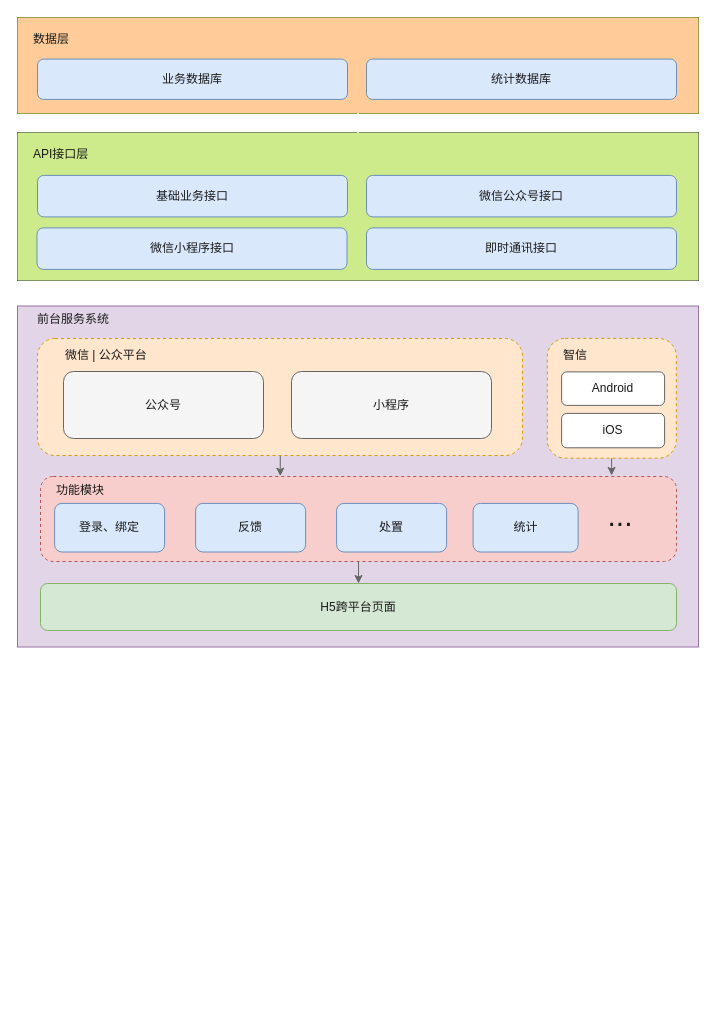
The draw.io diagram page "arch" (3 of 7) of 智信宣传.drawio in withparadox2/DrawIO, before the edit. Source tidied: cells renumbered, new cells numbered last; positions are measured from the earlier drawing's top-left corner, leaving out a move shared by most shapes. Both pictures are drawn from the tidied source at 100%, with x=0, y=0 at pixel (17, 17).
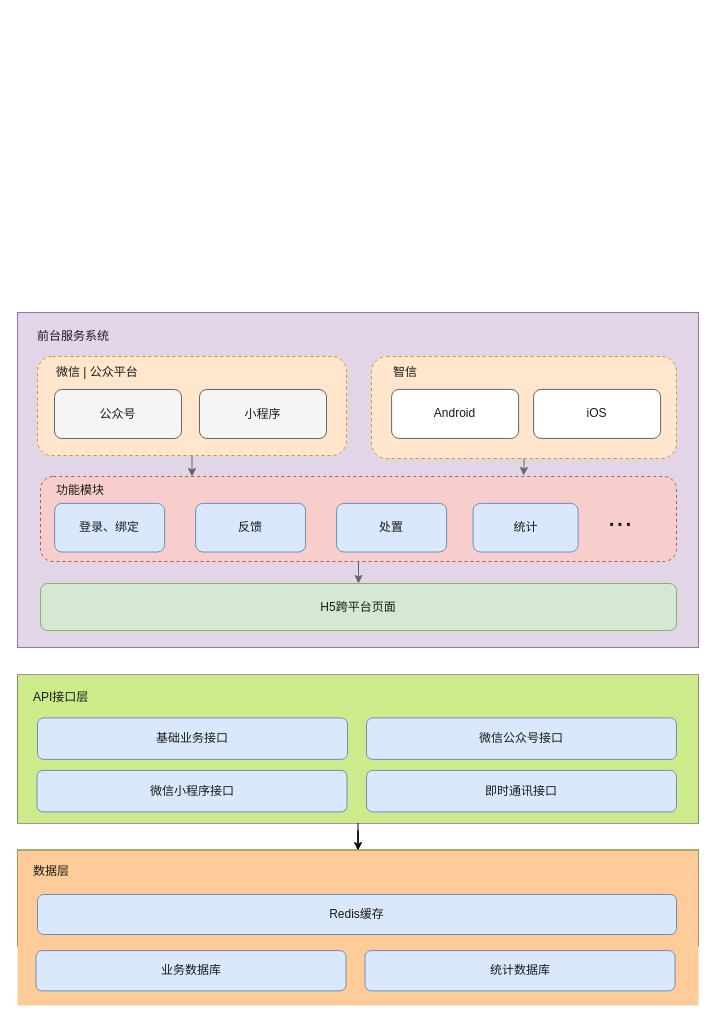
The same diagram, later.

Unchanged cells that the change refers to:
```xml
<mxCell id="25" style="rounded=1;whiteSpace=wrap;html=1;strokeColor=#b85450;fillColor=#f8cecc;dashed=1;" parent="1" vertex="1">
  <mxGeometry x="23" y="459" width="636" height="85" as="geometry" />
</mxCell>
```

The edit, as a diff of the source:
```diff
@@
     <mxCell id="2" style="group;fillColor=#ffcccc;strokeColor=#36393d;" parent="1" vertex="1">
-      <mxGeometry y="115" width="681" height="148" as="geometry" />
+      <mxGeometry y="657.5" width="681" height="148" as="geometry" />
     </mxCell>
-    <mxCell id="3" style="group;fillColor=#60a917;strokeColor=#2D7600;fontColor=#ffffff;" parent="1" vertex="1">
-      <mxGeometry width="681" height="96" as="geometry" />
-    </mxCell>
-    <mxCell id="4" style="edgeStyle=orthogonalEdgeStyle;rounded=0;jettySize=auto;html=1;strokeColor=#FFFFFF;fontColor=#1A1A1A;" parent="1" edge="1" source="9" target="5">
-      <mxGeometry relative="1" as="geometry" />
-    </mxCell>
-    <mxCell id="5" style="rounded=0;whiteSpace=wrap;html=1;strokeColor=none;fillColor=#ffcc99;align=center;" parent="1" vertex="1">
-      <mxGeometry width="681" height="96" as="geometry" />
-    </mxCell>
-    <mxCell id="6" value="&lt;div style=&quot;text-align: center&quot;&gt;&lt;span&gt;数据层&lt;/span&gt;&lt;/div&gt;" style="text;html=1;strokeColor=none;fillColor=none;align=left;verticalAlign=middle;whiteSpace=wrap;rounded=0;fontColor=#1A1A1A;" parent="1" vertex="1">
-      <mxGeometry x="14" y="14.8" width="101" height="13.4" as="geometry" />
-    </mxCell>
-    <mxCell id="7" value="&lt;font color=&quot;#1a1a1a&quot;&gt;业务数据库&lt;/font&gt;" style="rounded=1;whiteSpace=wrap;html=1;strokeColor=#6c8ebf;fillColor=#dae8fc;align=center;" parent="1" vertex="1">
-      <mxGeometry x="20" y="41.6" width="310" height="40.3" as="geometry" />
-    </mxCell>
-    <mxCell id="8" value="统计数据库" style="rounded=1;whiteSpace=wrap;html=1;strokeColor=#6c8ebf;fillColor=#dae8fc;align=center;fontColor=#1A1A1A;" parent="1" vertex="1">
-      <mxGeometry x="349" y="41.6" width="310" height="40.3" as="geometry" />
-    </mxCell>
+    <mxCell id="37" style="edgeStyle=orthogonalEdgeStyle;rounded=0;jettySize=auto;html=1;" parent="1" edge="1" source="9" target="39">
+      <mxGeometry relative="1" as="geometry" />
+    </mxCell>
     <mxCell id="9" style="rounded=0;whiteSpace=wrap;html=1;strokeColor=none;fillColor=#cdeb8b;align=center;" parent="1" vertex="1">
-      <mxGeometry y="115" width="681" height="148" as="geometry" />
+      <mxGeometry y="657.5" width="681" height="148" as="geometry" />
     </mxCell>
     <mxCell id="10" value="&lt;div style=&quot;text-align: center&quot;&gt;&lt;span&gt;API接口层&lt;/span&gt;&lt;/div&gt;" style="text;html=1;strokeColor=none;fillColor=none;align=left;verticalAlign=middle;whiteSpace=wrap;rounded=0;fontColor=#1A1A1A;" parent="1" vertex="1">
-      <mxGeometry x="14" y="130.2" width="101" height="13.8" as="geometry" />
+      <mxGeometry x="14" y="672.7" width="101" height="13.8" as="geometry" />
     </mxCell>
     <mxCell id="11" value="&lt;font color=&quot;#1a1a1a&quot;&gt;基础业务接口&lt;/font&gt;" style="rounded=1;whiteSpace=wrap;html=1;strokeColor=#6c8ebf;fillColor=#dae8fc;align=center;" parent="1" vertex="1">
-      <mxGeometry x="20" y="157.9" width="310" height="41.5" as="geometry" />
+      <mxGeometry x="20" y="700.4" width="310" height="41.5" as="geometry" />
     </mxCell>
     <mxCell id="12" value="微信公众号接口" style="rounded=1;whiteSpace=wrap;html=1;strokeColor=#6c8ebf;fillColor=#dae8fc;align=center;fontColor=#1A1A1A;" parent="1" vertex="1">
-      <mxGeometry x="349" y="157.9" width="310" height="41.5" as="geometry" />
+      <mxGeometry x="349" y="700.4" width="310" height="41.5" as="geometry" />
     </mxCell>
     <mxCell id="13" value="&lt;font color=&quot;#1a1a1a&quot;&gt;微信小程序接口&lt;/font&gt;" style="rounded=1;whiteSpace=wrap;html=1;strokeColor=#6c8ebf;fillColor=#dae8fc;align=center;" parent="1" vertex="1">
-      <mxGeometry x="19.5" y="210.4" width="310" height="41.5" as="geometry" />
+      <mxGeometry x="19.5" y="752.9" width="310" height="41.5" as="geometry" />
     </mxCell>
     <mxCell id="14" value="&lt;font color=&quot;#1a1a1a&quot;&gt;即时通讯接口&lt;/font&gt;" style="rounded=1;whiteSpace=wrap;html=1;strokeColor=#6c8ebf;fillColor=#dae8fc;align=center;" parent="1" vertex="1">
-      <mxGeometry x="349" y="210.4" width="310" height="41.5" as="geometry" />
+      <mxGeometry x="349" y="752.9" width="310" height="41.5" as="geometry" />
     </mxCell>
@@
     <mxCell id="16" style="rounded=0;whiteSpace=wrap;html=1;strokeColor=#9673a6;fillColor=#e1d5e7;" parent="1" vertex="1">
-      <mxGeometry y="288.5" width="681" height="341" as="geometry" />
+      <mxGeometry y="295" width="681" height="335" as="geometry" />
     </mxCell>
-    <mxCell id="17" style="edgeStyle=orthogonalEdgeStyle;rounded=0;jettySize=auto;html=1;entryX=0.377;entryY=-0.004;entryDx=0;entryDy=0;entryPerimeter=0;strokeColor=#666666;" parent="1" edge="1" source="18" target="25">
-      <mxGeometry relative="1" as="geometry">
-        <Array as="points">
-          <mxPoint x="263" y="459" />
-          <mxPoint x="263" y="459" />
-        </Array>
-      </mxGeometry>
-    </mxCell>
-    <mxCell id="18" style="rounded=1;whiteSpace=wrap;html=1;strokeColor=#d79b00;fillColor=#ffe6cc;dashed=1;" parent="1" vertex="1">
-      <mxGeometry x="20" y="321" width="485" height="117" as="geometry" />
-    </mxCell>
-    <mxCell id="19" value="微信 | 公众平台" style="text;html=1;strokeColor=none;fillColor=none;align=left;verticalAlign=middle;whiteSpace=wrap;rounded=0;fontColor=#1A1A1A;" parent="1" vertex="1">
-      <mxGeometry x="46.2" y="329.2" width="131.7" height="16.8" as="geometry" />
-    </mxCell>
-    <mxCell id="20" value="&lt;font color=&quot;#1a1a1a&quot;&gt;公众号&lt;/font&gt;" style="rounded=1;whiteSpace=wrap;html=1;strokeColor=#666666;fillColor=#f5f5f5;fontColor=#333333;" parent="1" vertex="1">
-      <mxGeometry x="46" y="354" width="200" height="67" as="geometry" />
-    </mxCell>
-    <mxCell id="21" value="&lt;font color=&quot;#1a1a1a&quot;&gt;小程序&lt;/font&gt;" style="rounded=1;whiteSpace=wrap;html=1;strokeColor=#666666;fillColor=#f5f5f5;fontColor=#333333;" parent="1" vertex="1">
-      <mxGeometry x="274" y="354" width="200" height="67" as="geometry" />
-    </mxCell>
-    <mxCell id="22" style="edgeStyle=orthogonalEdgeStyle;rounded=0;jettySize=auto;html=1;entryX=0.898;entryY=-0.012;entryDx=0;entryDy=0;entryPerimeter=0;strokeColor=#666666;" parent="1" edge="1" source="23" target="25">
-      <mxGeometry relative="1" as="geometry">
-        <Array as="points">
-          <mxPoint x="594" y="449" />
-        </Array>
-      </mxGeometry>
-    </mxCell>
-    <mxCell id="23" style="rounded=1;whiteSpace=wrap;html=1;strokeColor=#d79b00;fillColor=#ffe6cc;dashed=1;" parent="1" vertex="1">
-      <mxGeometry x="529.8" y="320.9" width="129.1" height="119.8" as="geometry" />
-    </mxCell>
@@
     <mxCell id="26" value="前台服务系统" style="text;html=1;strokeColor=none;fillColor=none;align=left;verticalAlign=middle;whiteSpace=wrap;rounded=0;fontColor=#1A1A1A;" parent="1" vertex="1">
-      <mxGeometry x="18.3" y="293.2" width="131.7" height="16.8" as="geometry" />
+      <mxGeometry x="18.3" y="310.2" width="131.7" height="16.8" as="geometry" />
     </mxCell>
@@
+    <mxCell id="35" value="&lt;font color=&quot;#1a1a1a&quot;&gt;H5跨平台页面&lt;/font&gt;" style="rounded=1;whiteSpace=wrap;html=1;strokeColor=#82b366;fillColor=#d5e8d4;align=center;" parent="1" vertex="1">
+      <mxGeometry x="23" y="566" width="636" height="47" as="geometry" />
+    </mxCell>
+    <mxCell id="36" value="&lt;font style=&quot;font-size: 30px&quot;&gt;...&lt;/font&gt;" style="text;html=1;strokeColor=none;fillColor=none;align=center;verticalAlign=middle;whiteSpace=wrap;rounded=0;fontColor=#1A1A1A;" parent="1" vertex="1">
+      <mxGeometry x="576.8" y="489.5" width="52.2" height="16.8" as="geometry" />
+    </mxCell>
+    <mxCell id="38" style="group;fillColor=#60a917;strokeColor=#2D7600;fontColor=#ffffff;" parent="1" vertex="1">
+      <mxGeometry y="832.5" width="681" height="96" as="geometry" />
+    </mxCell>
+    <mxCell id="39" style="rounded=0;whiteSpace=wrap;html=1;strokeColor=none;fillColor=#ffcc99;align=center;" parent="1" vertex="1">
+      <mxGeometry y="833" width="681" height="155" as="geometry" />
+    </mxCell>
+    <mxCell id="6" value="&lt;div style=&quot;text-align: center&quot;&gt;&lt;span&gt;数据层&lt;/span&gt;&lt;/div&gt;" style="text;html=1;strokeColor=none;fillColor=none;align=left;verticalAlign=middle;whiteSpace=wrap;rounded=0;fontColor=#1A1A1A;" parent="1" vertex="1">
+      <mxGeometry x="14" y="847.3" width="101" height="13.4" as="geometry" />
+    </mxCell>
+    <mxCell id="7" value="&lt;font color=&quot;#1a1a1a&quot;&gt;业务数据库&lt;/font&gt;" style="rounded=1;whiteSpace=wrap;html=1;strokeColor=#6c8ebf;fillColor=#dae8fc;align=center;" parent="1" vertex="1">
+      <mxGeometry x="18.5" y="933.1" width="310" height="40.3" as="geometry" />
+    </mxCell>
+    <mxCell id="8" value="统计数据库" style="rounded=1;whiteSpace=wrap;html=1;strokeColor=#6c8ebf;fillColor=#dae8fc;align=center;fontColor=#1A1A1A;" parent="1" vertex="1">
+      <mxGeometry x="347.5" y="933.1" width="310" height="40.3" as="geometry" />
+    </mxCell>
+    <mxCell id="17" style="edgeStyle=orthogonalEdgeStyle;rounded=0;jettySize=auto;html=1;strokeColor=#666666;" parent="1" edge="1" source="18" target="25">
+      <mxGeometry relative="1" as="geometry">
+        <Array as="points">
+          <mxPoint x="175" y="459" />
+          <mxPoint x="175" y="459" />
+        </Array>
+      </mxGeometry>
+    </mxCell>
+    <mxCell id="18" style="rounded=1;whiteSpace=wrap;html=1;strokeColor=#d79b00;fillColor=#ffe6cc;dashed=1;" parent="1" vertex="1">
+      <mxGeometry x="20" y="339" width="309" height="99" as="geometry" />
+    </mxCell>
+    <mxCell id="19" value="微信 | 公众平台" style="text;html=1;strokeColor=none;fillColor=none;align=left;verticalAlign=middle;whiteSpace=wrap;rounded=0;fontColor=#1A1A1A;" parent="1" vertex="1">
+      <mxGeometry x="36.7" y="346.2" width="83.9" height="16.8" as="geometry" />
+    </mxCell>
+    <mxCell id="20" value="&lt;font color=&quot;#1a1a1a&quot;&gt;公众号&lt;/font&gt;" style="rounded=1;whiteSpace=wrap;html=1;strokeColor=#666666;fillColor=#f5f5f5;fontColor=#333333;" parent="1" vertex="1">
+      <mxGeometry x="37" y="372" width="127" height="49" as="geometry" />
+    </mxCell>
+    <mxCell id="21" value="&lt;font color=&quot;#1a1a1a&quot;&gt;小程序&lt;/font&gt;" style="rounded=1;whiteSpace=wrap;html=1;strokeColor=#666666;fillColor=#f5f5f5;fontColor=#333333;" parent="1" vertex="1">
+      <mxGeometry x="182" y="372" width="127" height="49" as="geometry" />
+    </mxCell>
+    <mxCell id="40" style="edgeStyle=orthogonalEdgeStyle;rounded=0;jettySize=auto;html=1;strokeColor=#666666;" parent="1" edge="1" source="23">
+      <mxGeometry relative="1" as="geometry">
+        <mxPoint x="506" y="458" as="targetPoint" />
+        <Array as="points">
+          <mxPoint x="506" y="449" />
+          <mxPoint x="506" y="449" />
+        </Array>
+      </mxGeometry>
+    </mxCell>
+    <mxCell id="23" style="rounded=1;whiteSpace=wrap;html=1;strokeColor=#d79b00;fillColor=#ffe6cc;dashed=1;" parent="1" vertex="1">
+      <mxGeometry x="354" y="339" width="305" height="102" as="geometry" />
+    </mxCell>
     <mxCell id="32" value="智信" style="text;html=1;strokeColor=none;fillColor=none;align=left;verticalAlign=middle;whiteSpace=wrap;rounded=0;fontColor=#1A1A1A;" parent="1" vertex="1">
-      <mxGeometry x="544.1" y="329.2" width="58.7" height="16.8" as="geometry" />
+      <mxGeometry x="374.1" y="346.2" width="58.7" height="16.8" as="geometry" />
     </mxCell>
     <mxCell id="33" value="Android" style="rounded=1;whiteSpace=wrap;html=1;strokeColor=#666666;fillColor=#ffffff;fontColor=#1A1A1A;align=center;" parent="1" vertex="1">
-      <mxGeometry x="544.1" y="354.4" width="103" height="33.5" as="geometry" />
+      <mxGeometry x="374.1" y="371.9" width="127" height="49" as="geometry" />
     </mxCell>
     <mxCell id="34" value="iOS" style="rounded=1;whiteSpace=wrap;html=1;strokeColor=#666666;fillColor=#ffffff;fontColor=#1A1A1A;align=center;" parent="1" vertex="1">
-      <mxGeometry x="544.1" y="395.9" width="103" height="34.4" as="geometry" />
+      <mxGeometry x="516.1" y="371.9" width="127" height="49" as="geometry" />
     </mxCell>
-    <mxCell id="35" value="&lt;font color=&quot;#1a1a1a&quot;&gt;H5跨平台页面&lt;/font&gt;" style="rounded=1;whiteSpace=wrap;html=1;strokeColor=#82b366;fillColor=#d5e8d4;align=center;" parent="1" vertex="1">
-      <mxGeometry x="23" y="566" width="636" height="47" as="geometry" />
-    </mxCell>
-    <mxCell id="36" value="&lt;font style=&quot;font-size: 30px&quot;&gt;...&lt;/font&gt;" style="text;html=1;strokeColor=none;fillColor=none;align=center;verticalAlign=middle;whiteSpace=wrap;rounded=0;fontColor=#1A1A1A;" parent="1" vertex="1">
-      <mxGeometry x="576.8" y="489.5" width="52.2" height="16.8" as="geometry" />
-    </mxCell>
+    <mxCell id="41" value="&lt;font color=&quot;#1a1a1a&quot;&gt;Redis缓存&lt;/font&gt;" style="rounded=1;whiteSpace=wrap;html=1;strokeColor=#6c8ebf;fillColor=#dae8fc;align=center;" parent="1" vertex="1">
+      <mxGeometry x="20" y="877" width="639" height="40" as="geometry" />
+    </mxCell>
```
